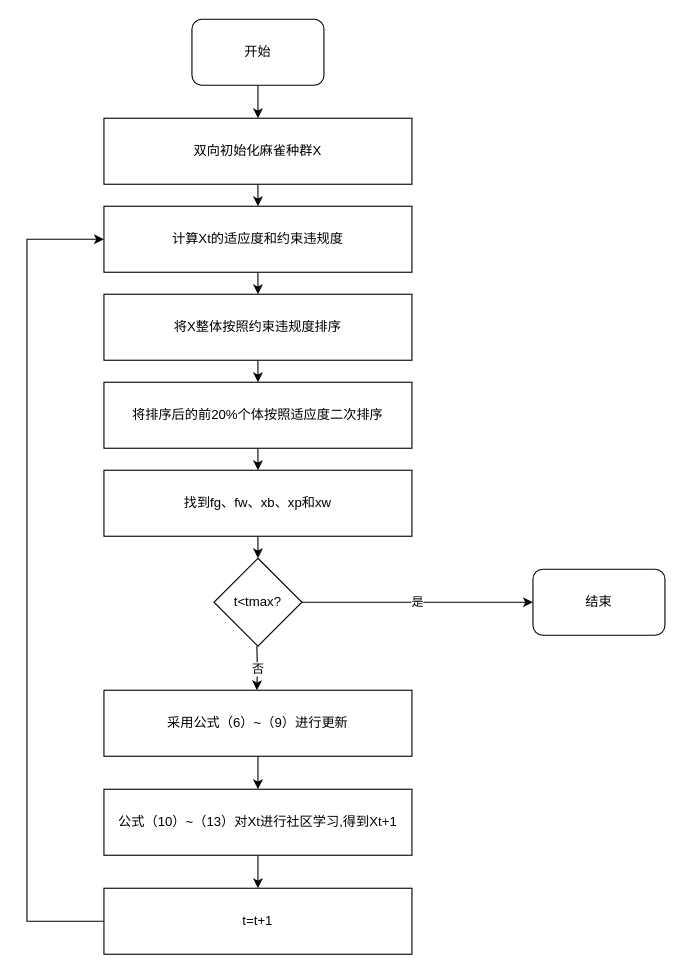
BOGOOJ/multip keeps this draw.io diagram as 未命名绘图.drawio. Above is the earlier version. Source tidied: cells renumbered, new cells numbered last; positions are measured from the earlier drawing's top-left corner, leaving out a move shared by most shapes. Both pictures are drawn from the tidied source at 110%, with x=0, y=0 at pixel (26, 19).
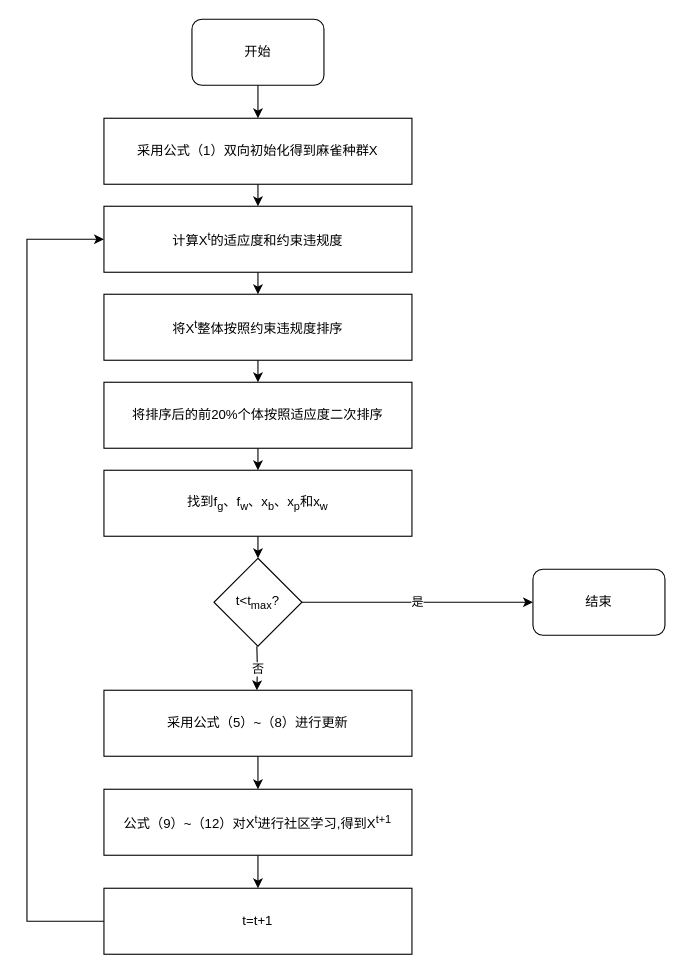
Above is the later version.

Commit message:
更新未命名绘图.drawio

What changed in the source:
```diff
@@
-    <mxCell id="5" value="双向初始化麻雀种群X" style="rounded=0;whiteSpace=wrap;html=1;" parent="1" vertex="1">
+    <mxCell id="5" value="采用公式（1）双向初始化得到麻雀种群X" style="rounded=0;whiteSpace=wrap;html=1;" parent="1" vertex="1">
       <mxGeometry x="70" y="90" width="280" height="60" as="geometry" />
     </mxCell>
@@
-    <mxCell id="7" value="计算Xt的适应度和约束违规度" style="rounded=0;whiteSpace=wrap;html=1;" parent="1" vertex="1">
+    <mxCell id="7" value="计算X&lt;sup&gt;t&lt;/sup&gt;的适应度和约束违规度" style="rounded=0;whiteSpace=wrap;html=1;" parent="1" vertex="1">
       <mxGeometry x="70" y="170" width="280" height="60" as="geometry" />
     </mxCell>
@@
-    <mxCell id="9" value="将X整体按照约束违规度排序" style="rounded=0;whiteSpace=wrap;html=1;" parent="1" vertex="1">
+    <mxCell id="9" value="将X&lt;sup&gt;t&lt;/sup&gt;整体按照约束违规度排序" style="rounded=0;whiteSpace=wrap;html=1;" parent="1" vertex="1">
       <mxGeometry x="70" y="250" width="280" height="60" as="geometry" />
     </mxCell>
@@
-    <mxCell id="13" value="找到fg、fw、xb、xp和xw" style="rounded=0;whiteSpace=wrap;html=1;" parent="1" vertex="1">
+    <mxCell id="13" value="找到f&lt;sub&gt;g&lt;/sub&gt;、f&lt;sub&gt;w&lt;/sub&gt;、x&lt;sub&gt;b&lt;/sub&gt;、x&lt;sub&gt;p&lt;/sub&gt;和x&lt;sub&gt;w&lt;/sub&gt;" style="rounded=0;whiteSpace=wrap;html=1;" parent="1" vertex="1">
       <mxGeometry x="70" y="410" width="280" height="60" as="geometry" />
     </mxCell>
@@
-    <mxCell id="16" value="t&amp;lt;tmax?" style="rhombus;whiteSpace=wrap;html=1;" parent="1" vertex="1">
+    <mxCell id="16" value="t&amp;lt;t&lt;sub&gt;max&lt;/sub&gt;?" style="rhombus;whiteSpace=wrap;html=1;" parent="1" vertex="1">
       <mxGeometry x="170" y="490" width="80" height="80" as="geometry" />
     </mxCell>
@@
-    <mxCell id="18" value="采用公式（6）~（9）进行更新" style="rounded=0;whiteSpace=wrap;html=1;" parent="1" vertex="1">
+    <mxCell id="18" value="采用公式（5）~（8）进行更新" style="rounded=0;whiteSpace=wrap;html=1;" parent="1" vertex="1">
       <mxGeometry x="70" y="610" width="280" height="60" as="geometry" />
     </mxCell>
@@
-    <mxCell id="20" value="公式（10）~（13）对Xt进行社区学习,得到Xt+1" style="rounded=0;whiteSpace=wrap;html=1;" parent="1" vertex="1">
+    <mxCell id="20" value="公式（9）~（12）对X&lt;sup&gt;t&lt;/sup&gt;进行社区学习,得到X&lt;sup&gt;t+1&lt;/sup&gt;" style="rounded=0;whiteSpace=wrap;html=1;" parent="1" vertex="1">
       <mxGeometry x="70" y="700" width="280" height="60" as="geometry" />
     </mxCell>
```
